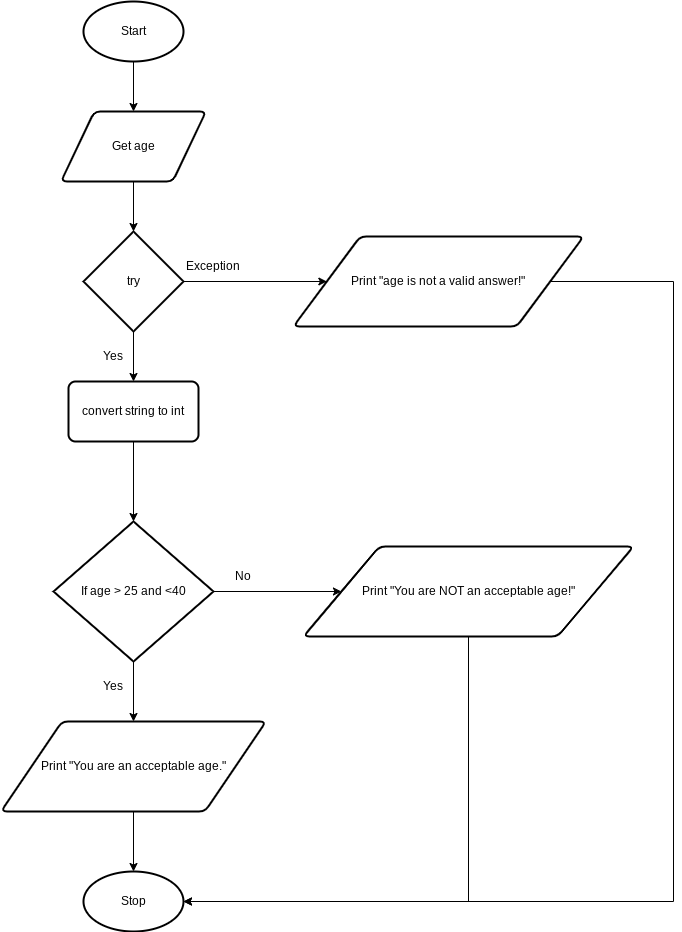
Before: design.date_age.flowchart.png, a diagram exported from draw.io (Yiyun-Qin/ICS3U-Unit3-07-Python). Source tidied: cells renumbered, new cells last; positions are measured from the earlier drawing's top-left corner, leaving out a move shared by most shapes.
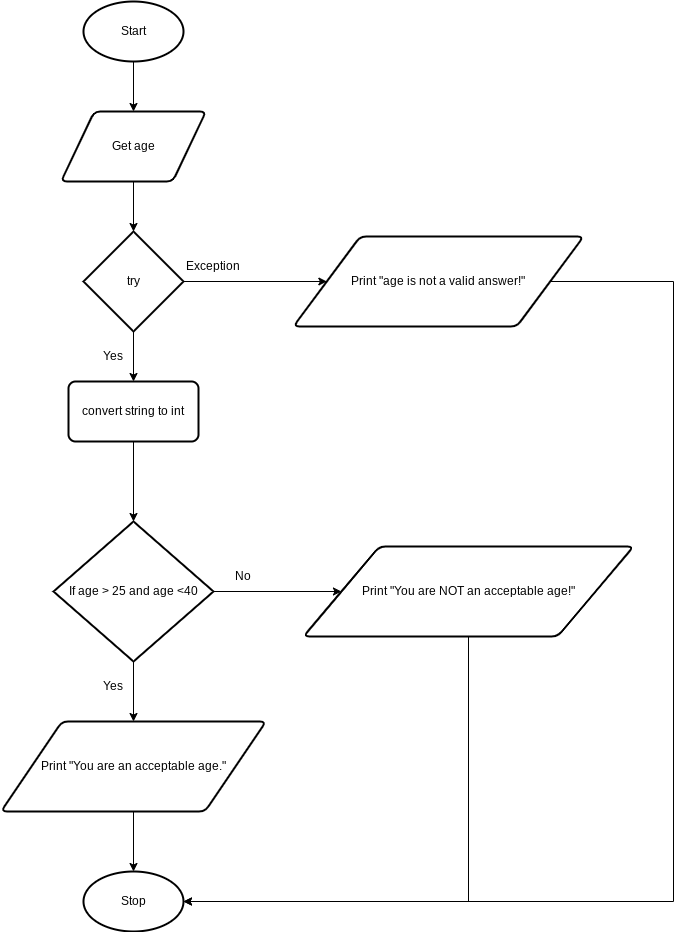
Later version of the same file.

The edit, as a diff of the source:
```diff
@@ -23,7 +23,7 @@
     <mxCell id="8" style="edgeStyle=none;html=1;exitX=1;exitY=0.5;exitDx=0;exitDy=0;exitPerimeter=0;entryX=0;entryY=0.5;entryDx=0;entryDy=0;" parent="1" edge="1" source="9" target="23">
       <mxGeometry relative="1" as="geometry" />
     </mxCell>
-    <mxCell id="9" value="If age &amp;gt; 25 and &amp;lt;40" style="strokeWidth=2;html=1;shape=mxgraph.flowchart.decision;whiteSpace=wrap;" parent="1" vertex="1">
+    <mxCell id="9" value="If age &amp;gt; 25 and age &amp;lt;40" style="strokeWidth=2;html=1;shape=mxgraph.flowchart.decision;whiteSpace=wrap;" parent="1" vertex="1">
       <mxGeometry x="52" y="520" width="160" height="140" as="geometry" />
     </mxCell>
     <mxCell id="10" style="edgeStyle=none;html=1;exitX=0.5;exitY=1;exitDx=0;exitDy=0;entryX=0.5;entryY=0;entryDx=0;entryDy=0;entryPerimeter=0;" parent="1" edge="1" source="11" target="6">
```
